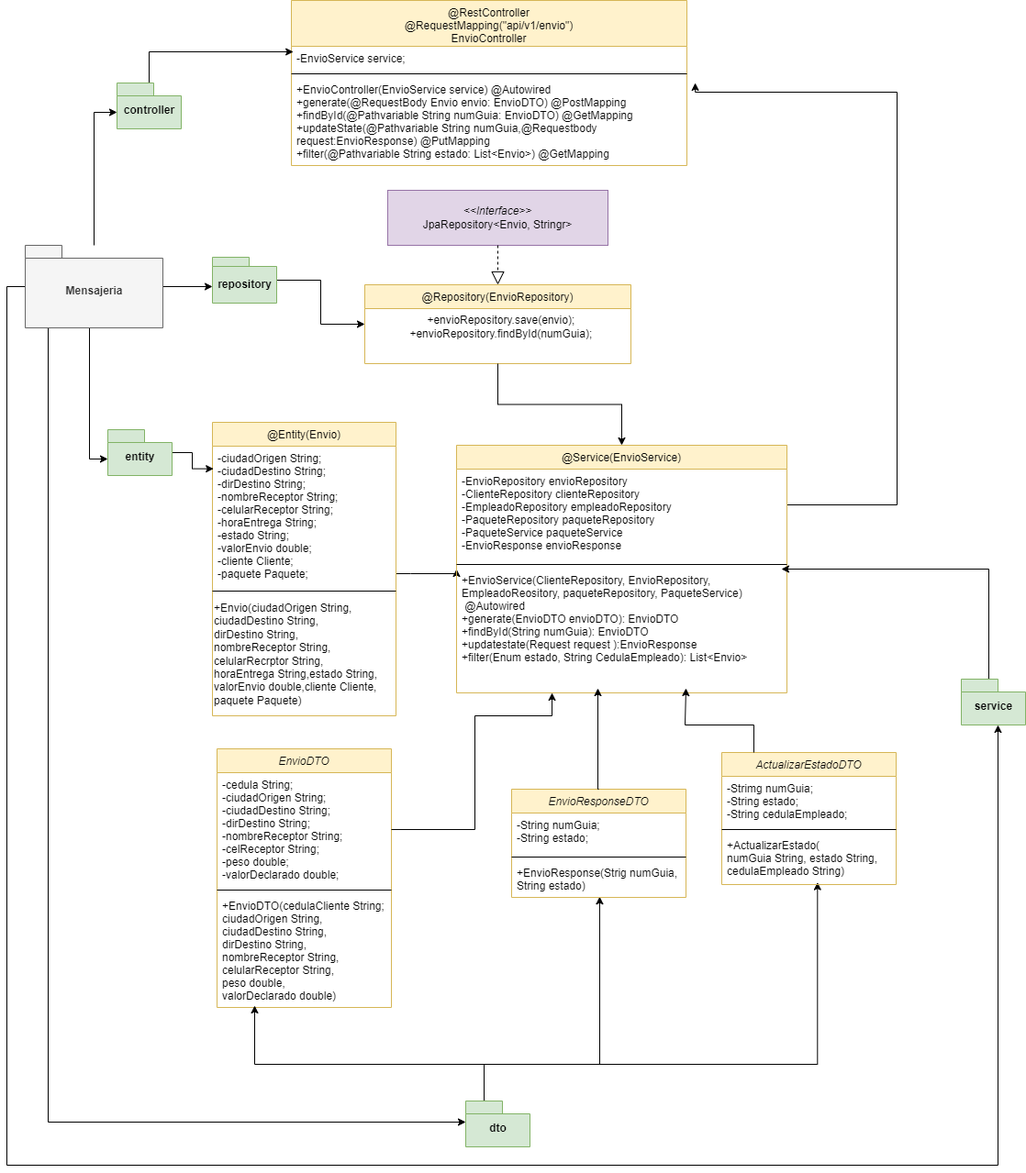
Above: mensajeria_clase_envio.drawio.png in Pipe1098/ProyectoIntegrador (draw.io), before the change. Source tidied: cells renumbered, new cells last; positions are measured from the earlier drawing's top-left corner, leaving out a move shared by most shapes. The source it was exported from:
```xml
<mxGraphModel>
  <root>
    <mxCell id="0" />
    <mxCell id="1" parent="0" />
    <mxCell id="2" style="edgeStyle=orthogonalEdgeStyle;rounded=0;jettySize=auto;html=1;entryX=0;entryY=0.5;entryDx=0;entryDy=0;" parent="1" edge="1" source="3" target="8">
      <mxGeometry relative="1" as="geometry">
        <Array as="points">
          <mxPoint x="440" y="625" />
          <mxPoint x="440" y="625" />
        </Array>
      </mxGeometry>
    </mxCell>
    <mxCell id="3" value="@Entity(Envio)" style="swimlane;fontStyle=0;align=center;verticalAlign=top;horizontal=1;startSize=26;rounded=0;shadow=0;strokeWidth=1;fillColor=#fff2cc;strokeColor=#d6b656;" parent="1" vertex="1">
      <mxGeometry x="224" y="460" width="200" height="320" as="geometry" />
    </mxCell>
    <mxCell id="4" value="-ciudadOrigen String;&#10;-ciudadDestino String;&#10;-dirDestino String;&#10;-nombreReceptor String;&#10;-celularReceptor String;&#10;-horaEntrega String;&#10;-estado String;&#10;-valorEnvio double;&#10;-cliente Cliente;&#10;-paquete Paquete;&#10;&#10;" style="text;align=left;verticalAlign=top;spacingLeft=4;spacingRight=4;overflow=hidden;points=[[0,0.5],[1,0.5]];portConstraint=eastwest;" parent="3" vertex="1">
      <mxGeometry y="26" width="200" height="154" as="geometry" />
    </mxCell>
    <mxCell id="5" style="line;html=1;strokeWidth=1;align=left;verticalAlign=middle;spacingTop=-1;spacingLeft=3;spacingRight=3;labelPosition=right;" parent="3" vertex="1">
      <mxGeometry y="180" width="200" height="8" as="geometry" />
    </mxCell>
    <mxCell id="6" value="+Envio(ciudadOrigen String,&lt;br style=&quot;border-color: var(--border-color); padding: 0px; margin: 0px;&quot;&gt;ciudadDestino String,&lt;br style=&quot;border-color: var(--border-color); padding: 0px; margin: 0px;&quot;&gt;dirDestino String,&lt;br&gt;nombreReceptor String,&lt;br style=&quot;border-color: var(--border-color); padding: 0px; margin: 0px;&quot;&gt;celularRecrptor String,&lt;br style=&quot;border-color: var(--border-color); padding: 0px; margin: 0px;&quot;&gt;horaEntrega String,estado String,&lt;br style=&quot;border-color: var(--border-color); padding: 0px; margin: 0px;&quot;&gt;valorEnvio double,cliente Cliente,&lt;br style=&quot;border-color: var(--border-color); padding: 0px; margin: 0px;&quot;&gt;paquete Paquete&lt;span style=&quot;background-color: initial;&quot;&gt;)&lt;/span&gt;" style="text;html=1;align=left;verticalAlign=middle;strokeColor=none;fillColor=none;" parent="3" vertex="1">
      <mxGeometry y="188" width="200" height="130" as="geometry" />
    </mxCell>
    <mxCell id="7" style="edgeStyle=orthogonalEdgeStyle;rounded=0;jettySize=auto;html=1;entryX=1.021;entryY=0.062;entryDx=0;entryDy=0;entryPerimeter=0;" parent="1" edge="1" source="8" target="18">
      <mxGeometry relative="1" as="geometry">
        <Array as="points">
          <mxPoint x="970" y="550" />
          <mxPoint x="970" y="100" />
          <mxPoint x="750" y="100" />
        </Array>
      </mxGeometry>
    </mxCell>
    <mxCell id="8" value="@Service(EnvioService)" style="swimlane;fontStyle=0;align=center;verticalAlign=top;horizontal=1;startSize=26;rounded=0;shadow=0;strokeWidth=1;fillColor=#fff2cc;strokeColor=#d6b656;" parent="1" vertex="1">
      <mxGeometry x="490" y="485" width="360" height="270" as="geometry" />
    </mxCell>
    <mxCell id="9" value="-EnvioRepository envioRepository&#10;-ClienteRepository clienteRepository&#10;-EmpleadoRepository empleadoRepository&#10;-PaqueteRepository paqueteRepository&#10;-PaqueteService paqueteService&#10;-EnvioResponse envioResponse" style="text;align=left;verticalAlign=top;spacingLeft=4;spacingRight=4;overflow=hidden;rounded=0;shadow=0;html=0;" parent="8" vertex="1">
      <mxGeometry y="26" width="360" height="100" as="geometry" />
    </mxCell>
    <mxCell id="10" style="line;html=1;strokeWidth=1;align=left;verticalAlign=middle;spacingTop=-1;spacingLeft=3;spacingRight=3;labelPosition=right;" parent="8" vertex="1">
      <mxGeometry y="126" width="360" height="8" as="geometry" />
    </mxCell>
    <mxCell id="11" value="+EnvioService(ClienteRepository, EnvioRepository,&#10;EmpleadoReository, paqueteRepository, PaqueteService)&#10; @Autowired&#10;+generate(EnvioDTO envioDTO): EnvioDTO&#10;+findById(String numGuia): EnvioDTO&#10;+updatestate(Request request ):EnvioResponse&#10;+filter(Enum estado, String CedulaEmpleado): List&lt;Envio&gt;" style="text;align=left;verticalAlign=top;spacingLeft=4;spacingRight=4;overflow=hidden;points=[[0,0.5],[1,0.5]];portConstraint=eastwest;" parent="8" vertex="1">
      <mxGeometry y="134" width="360" height="132" as="geometry" />
    </mxCell>
    <mxCell id="12" value="@Repository(EnvioRepository)" style="swimlane;fontStyle=0;align=center;verticalAlign=top;horizontal=1;startSize=26;rounded=0;shadow=0;strokeWidth=1;fillColor=#fff2cc;strokeColor=#d6b656;" parent="1" vertex="1">
      <mxGeometry x="390" y="310" width="290" height="86" as="geometry" />
    </mxCell>
    <mxCell id="13" value="&amp;nbsp; +envioRepository.save(envio);&lt;br&gt;&amp;nbsp; +envioRepository.findById(numGuia);&lt;br style=&quot;border-color: var(--border-color);&quot;&gt;" style="text;html=1;align=center;verticalAlign=middle;strokeColor=none;fillColor=none;" parent="12" vertex="1">
      <mxGeometry y="26" width="290" height="40" as="geometry" />
    </mxCell>
    <mxCell id="14" value="&lt;i&gt;&amp;lt;&amp;lt;Interface&amp;gt;&amp;gt;&lt;br&gt;&lt;/i&gt;JpaRepository&amp;lt;Envio, Stringr&amp;gt;&lt;i&gt;&lt;br&gt;&lt;/i&gt;" style="rounded=0;whiteSpace=wrap;html=1;fillColor=#e1d5e7;strokeColor=#9673a6;" parent="1" vertex="1">
      <mxGeometry x="415" y="207" width="240" height="60" as="geometry" />
    </mxCell>
    <mxCell id="15" value="@RestController&#10;@RequestMapping(&quot;api/v1/envio&quot;)&#10;EnvioController" style="swimlane;fontStyle=0;align=center;verticalAlign=top;horizontal=1;startSize=50;rounded=0;shadow=0;strokeWidth=1;fillColor=#fff2cc;strokeColor=#d6b656;" parent="1" vertex="1">
      <mxGeometry x="310" width="431" height="180" as="geometry" />
    </mxCell>
    <mxCell id="16" value="-EnvioService service;" style="text;align=left;verticalAlign=top;spacingLeft=4;spacingRight=4;overflow=hidden;points=[[0,0.5],[1,0.5]];portConstraint=eastwest;rounded=0;shadow=0;html=0;" parent="15" vertex="1">
      <mxGeometry y="50" width="431" height="26" as="geometry" />
    </mxCell>
    <mxCell id="17" style="line;html=1;strokeWidth=1;align=left;verticalAlign=middle;spacingTop=-1;spacingLeft=3;spacingRight=3;labelPosition=right;" parent="15" vertex="1">
      <mxGeometry y="76" width="431" height="8" as="geometry" />
    </mxCell>
    <mxCell id="18" value="+EnvioController(EnvioService service) @Autowired&#10;+generate(@RequestBody Envio envio: EnvioDTO) @PostMapping&#10;+findById(@Pathvariable String numGuia: EnvioDTO) @GetMapping&#10;+updateState(@Pathvariable String numGuia,@Requestbody&#10;request:EnvioResponse) @PutMapping&#10;+filter(@Pathvariable String estado: List&lt;Envio&gt;) @GetMapping" style="text;align=left;verticalAlign=top;spacingLeft=4;spacingRight=4;overflow=hidden;points=[[0,0.5],[1,0.5]];portConstraint=eastwest;" parent="15" vertex="1">
      <mxGeometry y="84" width="431" height="96" as="geometry" />
    </mxCell>
    <mxCell id="19" value="EnvioDTO" style="swimlane;fontStyle=2;align=center;verticalAlign=top;horizontal=1;startSize=26;rounded=0;shadow=0;strokeWidth=1;fillColor=#fff2cc;strokeColor=#d6b656;" parent="1" vertex="1">
      <mxGeometry x="229" y="816" width="190" height="282" as="geometry" />
    </mxCell>
    <mxCell id="20" value="-cedula String;&#10;-ciudadOrigen String;&#10;-ciudadDestino String;&#10;-dirDestino String;&#10;-nombreReceptor String;&#10;-celReceptor String;&#10;-peso double;&#10;-valorDeclarado double;&#10;" style="text;align=left;verticalAlign=top;spacingLeft=4;spacingRight=4;overflow=hidden;points=[[0,0.5],[1,0.5]];portConstraint=eastwest;" parent="19" vertex="1">
      <mxGeometry y="26" width="190" height="124" as="geometry" />
    </mxCell>
    <mxCell id="21" style="line;html=1;strokeWidth=1;align=left;verticalAlign=middle;spacingTop=-1;spacingLeft=3;spacingRight=3;labelPosition=right;" parent="19" vertex="1">
      <mxGeometry y="150" width="190" height="8" as="geometry" />
    </mxCell>
    <mxCell id="22" value="+EnvioDTO(cedulaCliente String;&#10;ciudadOrigen String,&#10;ciudadDestino String,&#10;dirDestino String,&#10;nombreReceptor String,&#10;celularReceptor String,&#10;peso double,&#10;valorDeclarado double)" style="text;align=left;verticalAlign=top;spacingLeft=4;spacingRight=4;overflow=hidden;points=[[0,0.5],[1,0.5]];portConstraint=eastwest;" parent="19" vertex="1">
      <mxGeometry y="158" width="190" height="122" as="geometry" />
    </mxCell>
    <mxCell id="23" style="endArrow=block;dashed=1;endFill=0;endSize=12;html=1;rounded=0;exitX=0.5;exitY=1;exitDx=0;exitDy=0;entryX=0.5;entryY=0;entryDx=0;entryDy=0;" parent="1" edge="1" source="14" target="12">
      <mxGeometry relative="1" as="geometry" />
    </mxCell>
    <mxCell id="24" style="edgeStyle=orthogonalEdgeStyle;rounded=0;jettySize=auto;html=1;entryX=0.005;entryY=0.231;entryDx=0;entryDy=0;entryPerimeter=0;" parent="1" edge="1" source="25" target="16">
      <mxGeometry relative="1" as="geometry" />
    </mxCell>
    <mxCell id="25" value="controller" style="shape=folder;fontStyle=1;spacingTop=10;tabWidth=40;tabHeight=14;tabPosition=left;html=1;fillColor=#d5e8d4;strokeColor=#82b366;" parent="1" vertex="1">
      <mxGeometry x="120" y="90" width="70" height="50" as="geometry" />
    </mxCell>
    <mxCell id="26" style="edgeStyle=orthogonalEdgeStyle;rounded=0;jettySize=auto;html=1;entryX=0.006;entryY=0.16;entryDx=0;entryDy=0;entryPerimeter=0;" parent="1" edge="1" source="27" target="4">
      <mxGeometry relative="1" as="geometry" />
    </mxCell>
    <mxCell id="27" value="entity" style="shape=folder;fontStyle=1;spacingTop=10;tabWidth=40;tabHeight=14;tabPosition=left;html=1;fillColor=#d5e8d4;strokeColor=#82b366;" parent="1" vertex="1">
      <mxGeometry x="110" y="468" width="70" height="50" as="geometry" />
    </mxCell>
    <mxCell id="28" style="edgeStyle=orthogonalEdgeStyle;rounded=0;jettySize=auto;html=1;entryX=0;entryY=0.5;entryDx=0;entryDy=0;" parent="1" edge="1" source="29" target="12">
      <mxGeometry relative="1" as="geometry" />
    </mxCell>
    <mxCell id="29" value="repository" style="shape=folder;fontStyle=1;spacingTop=10;tabWidth=40;tabHeight=10;tabPosition=left;html=1;fillColor=#d5e8d4;strokeColor=#82b366;" parent="1" vertex="1">
      <mxGeometry x="224" y="280" width="70" height="50" as="geometry" />
    </mxCell>
    <mxCell id="30" style="edgeStyle=orthogonalEdgeStyle;rounded=0;jettySize=auto;html=1;" parent="1" edge="1" target="22">
      <mxGeometry relative="1" as="geometry">
        <mxPoint x="525" y="1200" as="sourcePoint" />
        <Array as="points">
          <mxPoint x="520" y="1200" />
          <mxPoint x="520" y="1160" />
          <mxPoint x="270" y="1160" />
        </Array>
      </mxGeometry>
    </mxCell>
    <mxCell id="31" style="edgeStyle=orthogonalEdgeStyle;rounded=0;jettySize=auto;html=1;entryX=0.505;entryY=0.979;entryDx=0;entryDy=0;entryPerimeter=0;" parent="1" edge="1" target="46">
      <mxGeometry relative="1" as="geometry">
        <mxPoint x="525" y="1160" as="sourcePoint" />
        <Array as="points">
          <mxPoint x="646" y="1160" />
        </Array>
      </mxGeometry>
    </mxCell>
    <mxCell id="32" style="edgeStyle=orthogonalEdgeStyle;rounded=0;jettySize=auto;html=1;entryX=0.549;entryY=1.031;entryDx=0;entryDy=0;entryPerimeter=0;" parent="1" edge="1" source="33" target="50">
      <mxGeometry relative="1" as="geometry">
        <Array as="points">
          <mxPoint x="520" y="1160" />
          <mxPoint x="883" y="1160" />
        </Array>
      </mxGeometry>
    </mxCell>
    <mxCell id="33" value="dto" style="shape=folder;fontStyle=1;spacingTop=10;tabWidth=40;tabHeight=14;tabPosition=left;html=1;fillColor=#d5e8d4;strokeColor=#82b366;" parent="1" vertex="1">
      <mxGeometry x="500" y="1200" width="70" height="50" as="geometry" />
    </mxCell>
    <mxCell id="34" style="edgeStyle=orthogonalEdgeStyle;rounded=0;jettySize=auto;html=1;" parent="1" edge="1" source="42">
      <mxGeometry relative="1" as="geometry">
        <mxPoint x="844" y="620" as="targetPoint" />
        <Array as="points">
          <mxPoint x="1070" y="620" />
          <mxPoint x="844" y="620" />
        </Array>
      </mxGeometry>
    </mxCell>
    <mxCell id="35" style="edgeStyle=orthogonalEdgeStyle;rounded=0;jettySize=auto;html=1;entryX=0;entryY=0;entryDx=0;entryDy=32;entryPerimeter=0;" parent="1" edge="1" source="40" target="29">
      <mxGeometry relative="1" as="geometry" />
    </mxCell>
    <mxCell id="36" style="edgeStyle=orthogonalEdgeStyle;rounded=0;jettySize=auto;html=1;entryX=0;entryY=0;entryDx=0;entryDy=32;entryPerimeter=0;" parent="1" edge="1" source="40" target="27">
      <mxGeometry relative="1" as="geometry">
        <Array as="points">
          <mxPoint x="90" y="500" />
        </Array>
      </mxGeometry>
    </mxCell>
    <mxCell id="37" style="edgeStyle=orthogonalEdgeStyle;rounded=0;jettySize=auto;html=1;entryX=0;entryY=0;entryDx=0;entryDy=23;entryPerimeter=0;" parent="1" edge="1" source="40" target="33">
      <mxGeometry relative="1" as="geometry">
        <Array as="points">
          <mxPoint x="45" y="1223" />
        </Array>
      </mxGeometry>
    </mxCell>
    <mxCell id="38" style="edgeStyle=orthogonalEdgeStyle;rounded=0;jettySize=auto;html=1;entryX=0;entryY=0;entryDx=0;entryDy=32;entryPerimeter=0;" parent="1" edge="1" source="40" target="25">
      <mxGeometry relative="1" as="geometry" />
    </mxCell>
    <mxCell id="39" style="edgeStyle=orthogonalEdgeStyle;rounded=0;jettySize=auto;html=1;" parent="1" edge="1" source="40" target="42">
      <mxGeometry relative="1" as="geometry">
        <Array as="points">
          <mxPoint y="1270" />
          <mxPoint x="1080" y="1270" />
        </Array>
      </mxGeometry>
    </mxCell>
    <mxCell id="40" value="Mensajeria" style="shape=folder;fontStyle=1;spacingTop=10;tabWidth=40;tabHeight=14;tabPosition=left;html=1;fillColor=#f5f5f5;fontColor=#333333;strokeColor=#666666;" parent="1" vertex="1">
      <mxGeometry x="20" y="267" width="150" height="90" as="geometry" />
    </mxCell>
    <mxCell id="41" style="edgeStyle=orthogonalEdgeStyle;rounded=0;jettySize=auto;html=1;exitX=0.5;exitY=1;exitDx=0;exitDy=0;" parent="1" edge="1" source="12" target="8">
      <mxGeometry relative="1" as="geometry" />
    </mxCell>
    <mxCell id="42" value="service" style="shape=folder;fontStyle=1;spacingTop=10;tabWidth=40;tabHeight=14;tabPosition=left;html=1;fillColor=#d5e8d4;strokeColor=#82b366;" parent="1" vertex="1">
      <mxGeometry x="1040" y="740" width="70" height="50" as="geometry" />
    </mxCell>
    <mxCell id="43" value="EnvioResponseDTO" style="swimlane;fontStyle=2;align=center;verticalAlign=top;horizontal=1;startSize=26;rounded=0;shadow=0;strokeWidth=1;fillColor=#fff2cc;strokeColor=#d6b656;" parent="1" vertex="1">
      <mxGeometry x="550" y="860" width="190" height="118" as="geometry" />
    </mxCell>
    <mxCell id="44" value="-String numGuia;&#10;-String estado;" style="text;align=left;verticalAlign=top;spacingLeft=4;spacingRight=4;overflow=hidden;" parent="43" vertex="1">
      <mxGeometry y="26" width="190" height="44" as="geometry" />
    </mxCell>
    <mxCell id="45" style="line;html=1;strokeWidth=1;align=left;verticalAlign=middle;spacingTop=-1;spacingLeft=3;spacingRight=3;labelPosition=right;" parent="43" vertex="1">
      <mxGeometry y="70" width="190" height="8" as="geometry" />
    </mxCell>
    <mxCell id="46" value="+EnvioResponse(Strig numGuia,&#10;String estado)" style="text;align=left;verticalAlign=top;spacingLeft=4;spacingRight=4;overflow=hidden;points=[[0,0.5],[1,0.5]];portConstraint=eastwest;" parent="43" vertex="1">
      <mxGeometry y="78" width="190" height="40" as="geometry" />
    </mxCell>
    <mxCell id="47" value="ActualizarEstadoDTO" style="swimlane;fontStyle=2;align=center;verticalAlign=top;horizontal=1;startSize=26;rounded=0;shadow=0;strokeWidth=1;fillColor=#fff2cc;strokeColor=#d6b656;" parent="1" vertex="1">
      <mxGeometry x="779" y="820" width="190" height="144" as="geometry" />
    </mxCell>
    <mxCell id="48" value="-Strimg numGuia;&#10;-String estado;&#10;-String cedulaEmpleado;" style="text;align=left;verticalAlign=top;spacingLeft=4;spacingRight=4;overflow=hidden;" parent="47" vertex="1">
      <mxGeometry y="26" width="190" height="54" as="geometry" />
    </mxCell>
    <mxCell id="49" style="line;html=1;strokeWidth=1;align=left;verticalAlign=middle;spacingTop=-1;spacingLeft=3;spacingRight=3;labelPosition=right;" parent="47" vertex="1">
      <mxGeometry y="80" width="190" height="8" as="geometry" />
    </mxCell>
    <mxCell id="50" value="+ActualizarEstado(&#10;numGuia String, estado String,&#10;cedulaEmpleado String)" style="text;align=left;verticalAlign=top;spacingLeft=4;spacingRight=4;overflow=hidden;points=[[0,0.5],[1,0.5]];portConstraint=eastwest;" parent="47" vertex="1">
      <mxGeometry y="88" width="190" height="52" as="geometry" />
    </mxCell>
    <mxCell id="51" style="edgeStyle=orthogonalEdgeStyle;rounded=0;jettySize=auto;html=1;exitX=0.5;exitY=0;exitDx=0;exitDy=0;" parent="1" edge="1" source="43">
      <mxGeometry relative="1" as="geometry">
        <mxPoint x="644" y="750" as="targetPoint" />
        <Array as="points">
          <mxPoint x="644" y="860" />
        </Array>
      </mxGeometry>
    </mxCell>
    <mxCell id="52" style="edgeStyle=orthogonalEdgeStyle;rounded=0;jettySize=auto;html=1;entryX=0.289;entryY=1.03;entryDx=0;entryDy=0;entryPerimeter=0;" parent="1" edge="1" source="20" target="11">
      <mxGeometry relative="1" as="geometry">
        <Array as="points">
          <mxPoint x="510" y="904" />
          <mxPoint x="510" y="780" />
          <mxPoint x="594" y="780" />
        </Array>
      </mxGeometry>
    </mxCell>
    <mxCell id="53" style="edgeStyle=orthogonalEdgeStyle;rounded=0;jettySize=auto;html=1;exitX=0.184;exitY=0;exitDx=0;exitDy=0;exitPerimeter=0;" parent="1" edge="1" source="47">
      <mxGeometry relative="1" as="geometry">
        <mxPoint x="740" y="750" as="targetPoint" />
        <Array as="points">
          <mxPoint x="814" y="790" />
          <mxPoint x="739" y="790" />
        </Array>
      </mxGeometry>
    </mxCell>
  </root>
</mxGraphModel>
```
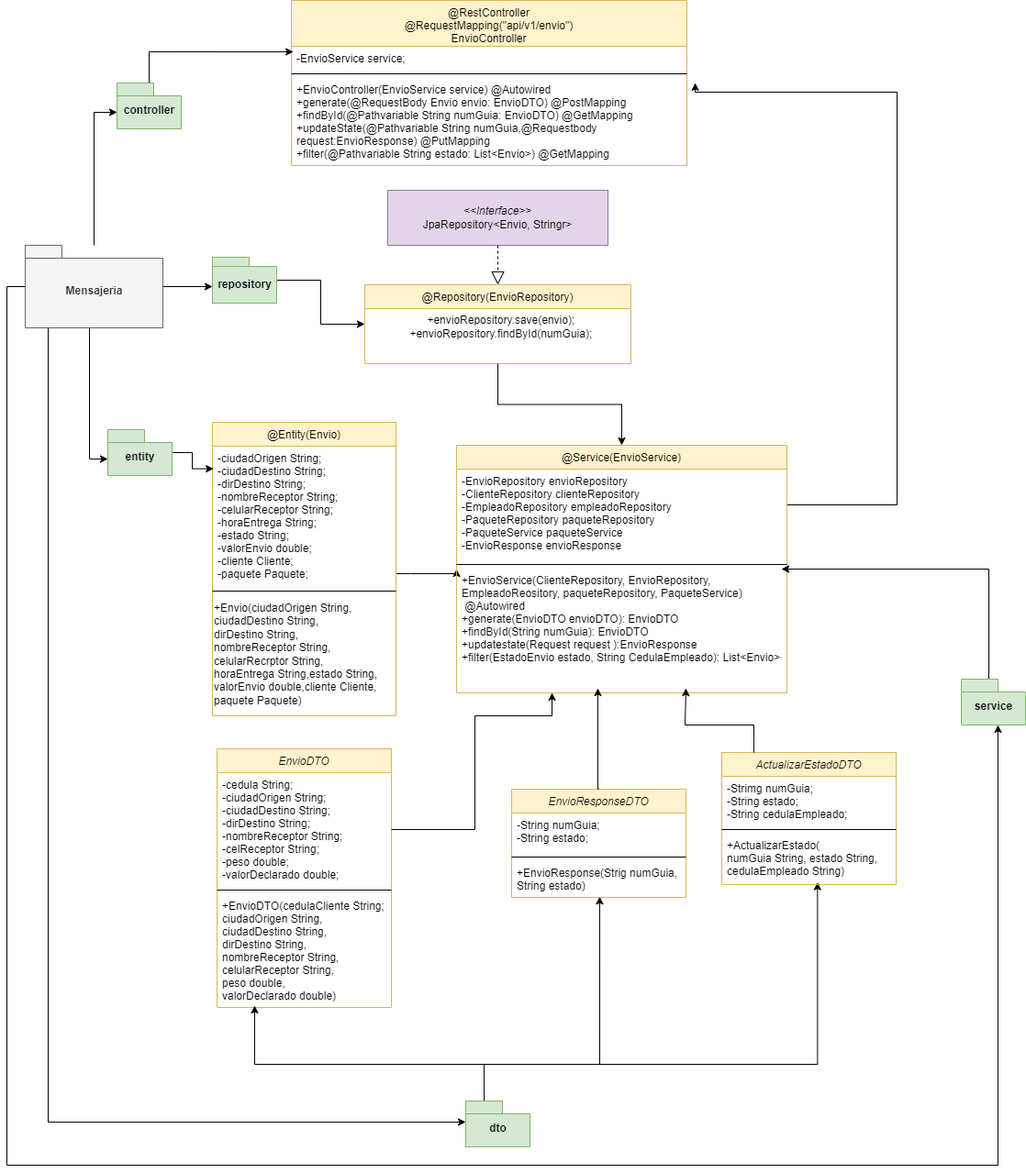
Later version of the same file.

Diff of the diagram source:
```diff
@@ -40,7 +40,7 @@
     <mxCell id="10" style="line;html=1;strokeWidth=1;align=left;verticalAlign=middle;spacingTop=-1;spacingLeft=3;spacingRight=3;labelPosition=right;" parent="8" vertex="1">
       <mxGeometry y="126" width="360" height="8" as="geometry" />
     </mxCell>
-    <mxCell id="11" value="+EnvioService(ClienteRepository, EnvioRepository,&#10;EmpleadoReository, paqueteRepository, PaqueteService)&#10; @Autowired&#10;+generate(EnvioDTO envioDTO): EnvioDTO&#10;+findById(String numGuia): EnvioDTO&#10;+updatestate(Request request ):EnvioResponse&#10;+filter(Enum estado, String CedulaEmpleado): List&lt;Envio&gt;" style="text;align=left;verticalAlign=top;spacingLeft=4;spacingRight=4;overflow=hidden;points=[[0,0.5],[1,0.5]];portConstraint=eastwest;" parent="8" vertex="1">
+    <mxCell id="11" value="+EnvioService(ClienteRepository, EnvioRepository,&#10;EmpleadoReository, paqueteRepository, PaqueteService)&#10; @Autowired&#10;+generate(EnvioDTO envioDTO): EnvioDTO&#10;+findById(String numGuia): EnvioDTO&#10;+updatestate(Request request ):EnvioResponse&#10;+filter(EstadoEnvio estado, String CedulaEmpleado): List&lt;Envio&gt;" style="text;align=left;verticalAlign=top;spacingLeft=4;spacingRight=4;overflow=hidden;points=[[0,0.5],[1,0.5]];portConstraint=eastwest;" parent="8" vertex="1">
       <mxGeometry y="134" width="360" height="132" as="geometry" />
     </mxCell>
     <mxCell id="12" value="@Repository(EnvioRepository)" style="swimlane;fontStyle=0;align=center;verticalAlign=top;horizontal=1;startSize=26;rounded=0;shadow=0;strokeWidth=1;fillColor=#fff2cc;strokeColor=#d6b656;" parent="1" vertex="1">
```
